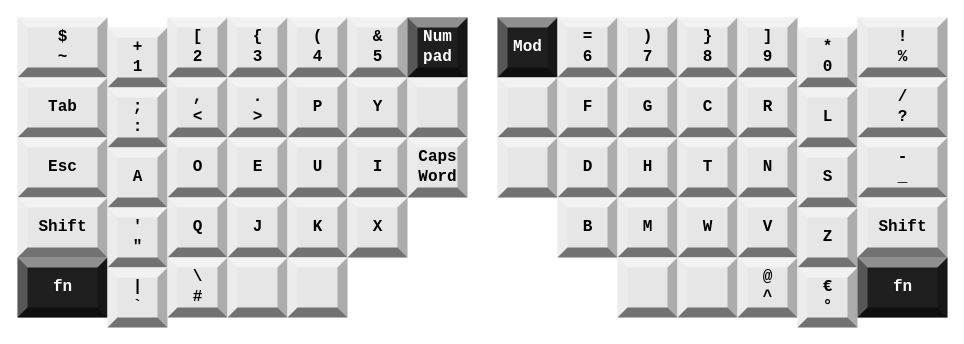
Above: keyboard.drawio in eckig/Adv360-Pro-ZMK (draw.io), before the change. Source tidied: cells renumbered, new cells numbered last; positions are measured from the earlier drawing's top-left corner, leaving out a move shared by most shapes. Both pictures are drawn from the tidied source at 100%, with x=0, y=0 at pixel (17, 17).
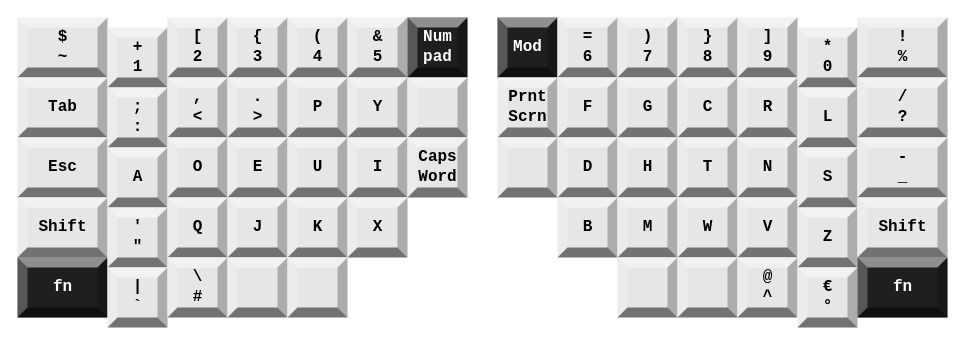
The same page after the edit.

What changed in the source:
```diff
@@
-    <mxCell id="35" style="labelPosition=center;verticalLabelPosition=middle;align=center;shape=mxgraph.basic.shaded_button;dx=10;fillColor=#E6E6E6;strokeColor=none;fontFamily=Consolas;fontSize=16;html=1;verticalAlign=middle;fontStyle=1;" parent="1" vertex="1">
+    <mxCell id="35" value="Prnt&lt;br&gt;Scrn" style="labelPosition=center;verticalLabelPosition=middle;align=center;shape=mxgraph.basic.shaded_button;dx=10;fillColor=#E6E6E6;strokeColor=none;fontFamily=Consolas;fontSize=16;html=1;verticalAlign=middle;fontStyle=1;" parent="1" vertex="1">
       <mxGeometry x="480" y="60" width="60" height="60" as="geometry" />
     </mxCell>
```
